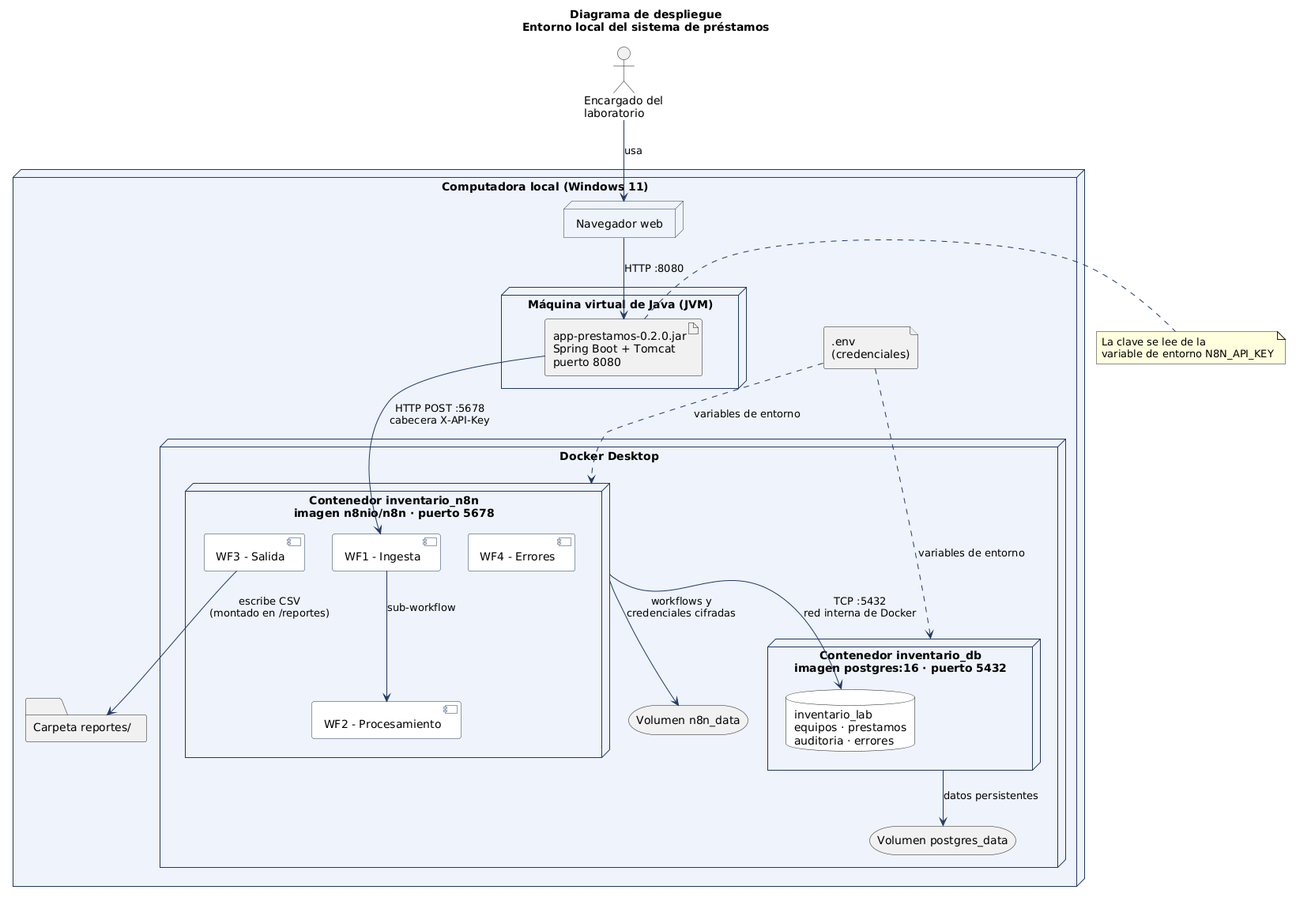
The PlantUML diagram docs/uml/05_despliegue.png in kathyjaganx/proyecto-final-as2-inventario, before a commit. Source of this version:
```plantuml
@startuml
set separator none
skinparam shadowing false
skinparam NodeBackgroundColor #EEF3FA
skinparam NodeBorderColor #1F3864
skinparam ComponentBackgroundColor #FFFFFF
skinparam ComponentBorderColor #1F3864
skinparam DatabaseBackgroundColor #FFFFFF
skinparam ArrowColor #1F3864
title Diagrama de despliegue\nEntorno local del sistema de préstamos

actor "Encargado del\nlaboratorio" as U

node "Computadora local (Windows 11)" as PC {

  node "Navegador web" as NAV

  node "Máquina virtual de Java (JVM)" as JVM {
    artifact "app-prestamos-0.2.0.jar\nSpring Boot + Tomcat\npuerto 8080" as APP
  }

  file ".env\n(credenciales)" as ENV
  folder "Carpeta reportes/" as REP

  node "Docker Desktop" as DOCKER {

    node "Contenedor inventario_n8n\nimagen n8nio/n8n · puerto 5678" as N8N {
      component "WF1 - Ingesta" as WF1
      component "WF2 - Procesamiento" as WF2
      component "WF3 - Salida" as WF3
      component "WF4 - Errores" as WF4
    }

    node "Contenedor inventario_db\nimagen postgres:16 · puerto 5432" as PGC {
      database "inventario_lab\nequipos · prestamos\nauditoria · errores" as DB
    }

    storage "Volumen n8n_data" as V1
    storage "Volumen postgres_data" as V2
  }
}

U --> NAV : usa
NAV --> APP : HTTP :8080
APP --> WF1 : HTTP POST :5678\ncabecera X-API-Key
WF1 --> WF2 : sub-workflow
N8N --> DB : TCP :5432\nred interna de Docker
WF3 --> REP : escribe CSV\n(montado en /reportes)
N8N --> V1 : workflows y\ncredenciales cifradas
PGC --> V2 : datos persistentes
ENV ..> N8N : variables de entorno
ENV ..> PGC : variables de entorno

note right of APP
  La clave se lee de la
  variable de entorno N8N_API_KEY
end note
@enduml
```
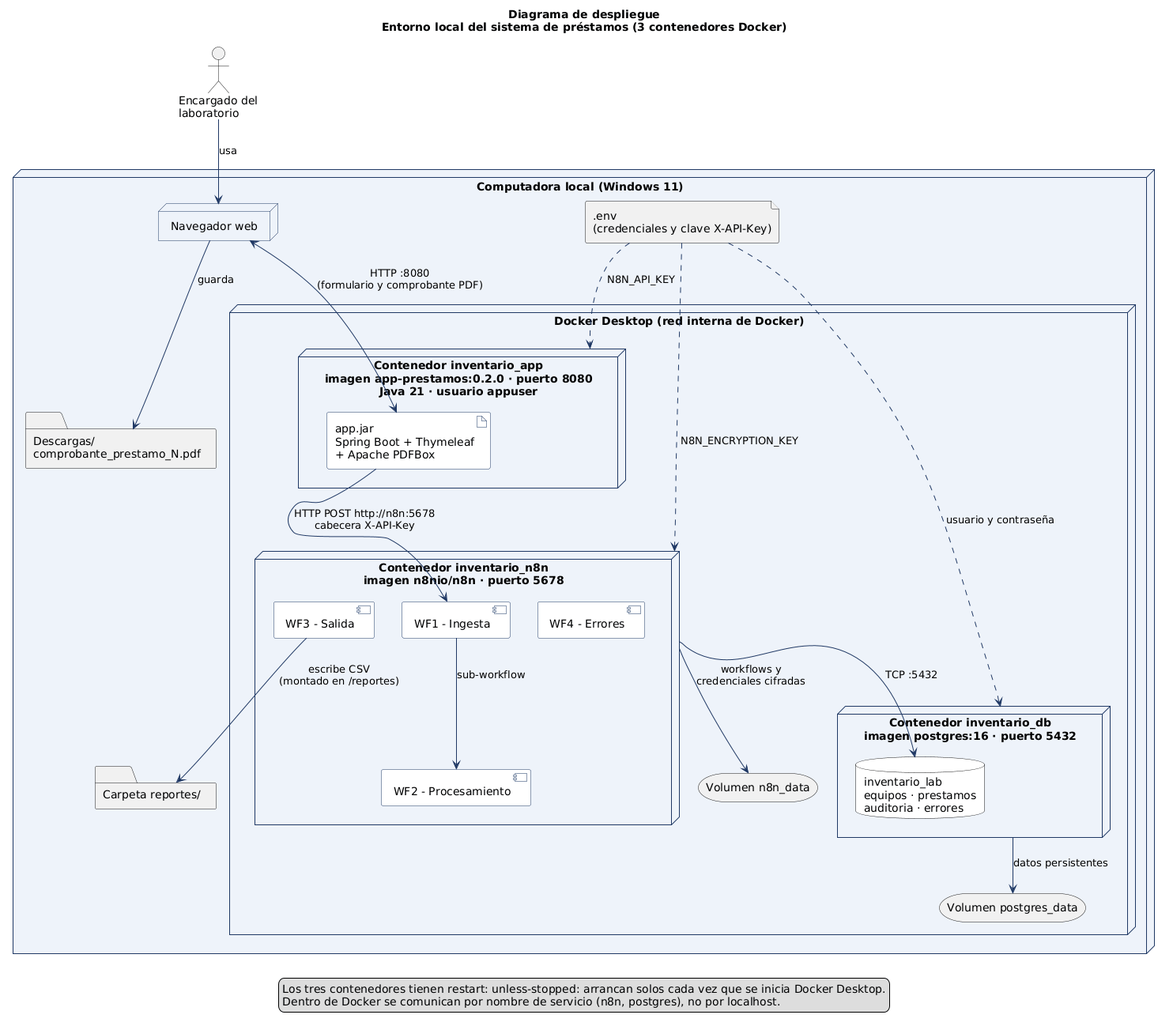
Later version of the same file.

Commit message:
v1.4.1 - README y diagramas UML con teléfono, comprobante PDF y Docker

Change to the diagram source:
```diff
@@ -5,24 +5,26 @@
 skinparam NodeBorderColor #1F3864
 skinparam ComponentBackgroundColor #FFFFFF
 skinparam ComponentBorderColor #1F3864
+skinparam ArtifactBackgroundColor #FFFFFF
+skinparam ArtifactBorderColor #1F3864
 skinparam DatabaseBackgroundColor #FFFFFF
 skinparam ArrowColor #1F3864
-title Diagrama de despliegue\nEntorno local del sistema de préstamos
+title Diagrama de despliegue\nEntorno local del sistema de préstamos (3 contenedores Docker)
 
 actor "Encargado del\nlaboratorio" as U
 
 node "Computadora local (Windows 11)" as PC {
 
   node "Navegador web" as NAV
-
-  node "Máquina virtual de Java (JVM)" as JVM {
-    artifact "app-prestamos-0.2.0.jar\nSpring Boot + Tomcat\npuerto 8080" as APP
-  }
-
-  file ".env\n(credenciales)" as ENV
+  folder "Descargas/\ncomprobante_prestamo_N.pdf" as DESC
+  file ".env\n(credenciales y clave X-API-Key)" as ENV
   folder "Carpeta reportes/" as REP
 
-  node "Docker Desktop" as DOCKER {
+  node "Docker Desktop (red interna de Docker)" as DOCKER {
+
+    node "Contenedor inventario_app\nimagen app-prestamos:0.2.0 · puerto 8080\nJava 21 · usuario appuser" as APPC {
+      artifact "app.jar\nSpring Boot + Thymeleaf\n+ Apache PDFBox" as APP
+    }
 
     node "Contenedor inventario_n8n\nimagen n8nio/n8n · puerto 5678" as N8N {
       component "WF1 - Ingesta" as WF1
@@ -41,18 +43,20 @@
 }
 
 U --> NAV : usa
-NAV --> APP : HTTP :8080
-APP --> WF1 : HTTP POST :5678\ncabecera X-API-Key
+NAV <--> APP : HTTP :8080\n(formulario y comprobante PDF)
+NAV --> DESC : guarda
+APP --> WF1 : HTTP POST http://n8n:5678\ncabecera X-API-Key
 WF1 --> WF2 : sub-workflow
-N8N --> DB : TCP :5432\nred interna de Docker
+N8N --> DB : TCP :5432
 WF3 --> REP : escribe CSV\n(montado en /reportes)
 N8N --> V1 : workflows y\ncredenciales cifradas
 PGC --> V2 : datos persistentes
-ENV ..> N8N : variables de entorno
-ENV ..> PGC : variables de entorno
+ENV ..> APPC : N8N_API_KEY
+ENV ..> N8N : N8N_ENCRYPTION_KEY
+ENV ..> PGC : usuario y contraseña
 
-note right of APP
-  La clave se lee de la
-  variable de entorno N8N_API_KEY
-end note
+legend bottom
+  Los tres contenedores tienen restart: unless-stopped: arrancan solos cada vez que se inicia Docker Desktop.
+  Dentro de Docker se comunican por nombre de servicio (n8n, postgres), no por localhost.
+endlegend
 @enduml
```
